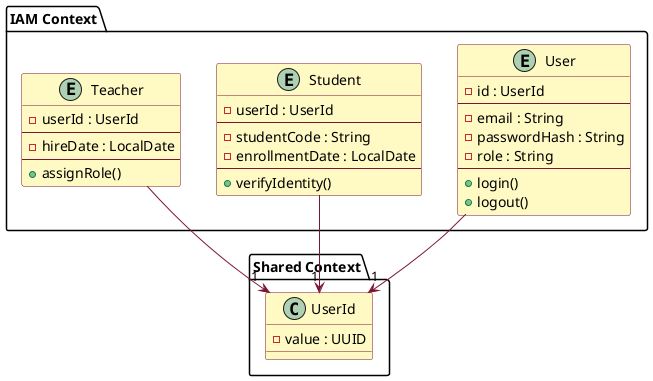
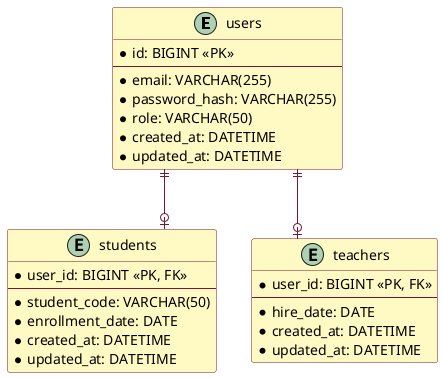
- @startuml classDiagram
+ @startuml "IAM Database"

skinparam class {
  BackgroundColor #FFF9C4
  BorderColor #7A1631
  StereotypeFontColor #2E7D32
}
skinparam Arrow {
  Color #7A1631
}
+ skinparam linetype ortho

- package "Shared Context" {
-     class "UserId" {
-         -value : UUID
-     }
+ entity users {
+     *id: BIGINT <<PK>>
+     --
+     *email: VARCHAR(255)
+     *password_hash: VARCHAR(255)
+     *role: VARCHAR(50)
+     *created_at: DATETIME
+     *updated_at: DATETIME
}

- package "IAM Context" {
-     entity "User" {
-         -id : UserId
-         --
-         -email : String
-         -passwordHash : String
-         -role : String
-         --
-         +login()
-         +logout()
-     }
- 
-     entity "Student" {
-         -userId : UserId
-         --
-         -studentCode : String
-         -enrollmentDate : LocalDate
-         --
-         +verifyIdentity()
-     }
- 
-     entity "Teacher" {
-         -userId : UserId
-         --
-         -hireDate : LocalDate
-         --
-         +assignRole()
-     }
+ entity students {
+     *user_id: BIGINT <<PK, FK>>
+     --
+     *student_code: VARCHAR(50)
+     *enrollment_date: DATE
+     *created_at: DATETIME
+     *updated_at: DATETIME
}

- User --> "1" UserId
- Student --> "1" UserId
- Teacher --> "1" UserId
+ entity teachers {
+     *user_id: BIGINT <<PK, FK>>
+     --
+     *hire_date: DATE
+     *created_at: DATETIME
+     *updated_at: DATETIME
+ }
+ 
+ users ||--o| students
+ users ||--o| teachers
@enduml